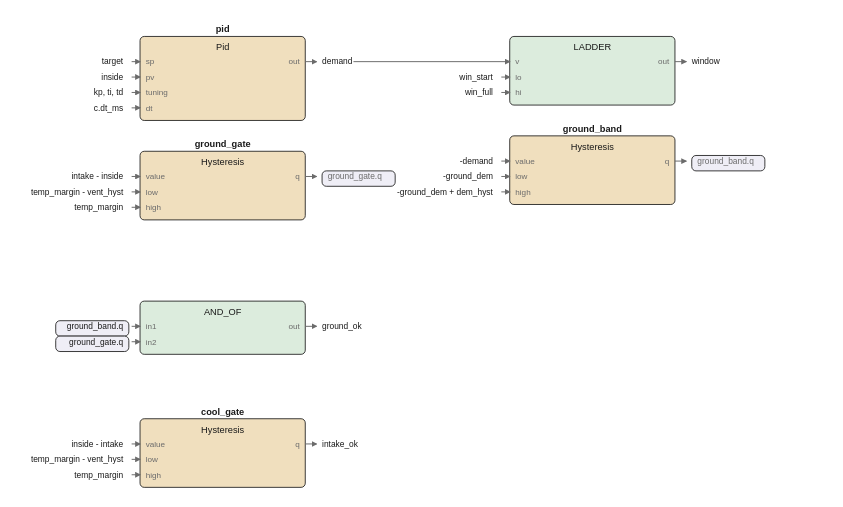
Above: images/logic/cooling_fbd.drawio.svg in pstch/botanik2 (draw.io), before the change. Source tidied: cells renumbered, new cells last; positions are measured from the earlier drawing's top-left corner, leaving out a move shared by most shapes.
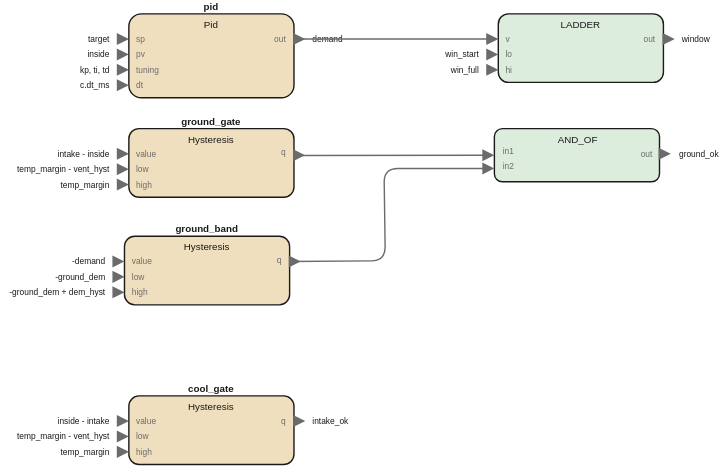
The same file after the commit.

Commit message:
logic report: a page reworked by hand is kept, and the PDF follows it

The edit, as a diff of the source:
```diff
@@ -45,7 +45,7 @@
       <mxGeometry x="96" y="127.7" width="20" height="9.8" as="geometry" />
     </mxCell>
     <mxCell id="16" value="q" style="text;html=1;whiteSpace=nowrap;fontSize=6;fontColor=#6b6b6b;align=right;verticalAlign=middle;" parent="1" vertex="1">
-      <mxGeometry x="186" y="105.7" width="20" height="9.8" as="geometry" />
+      <mxGeometry x="186" y="104.7" width="20" height="9.8" as="geometry" />
     </mxCell>
     <mxCell id="17" style="rounded=1;fillColor=#dcecdd;strokeColor=#1a1a1a;whiteSpace=wrap;html=1;fontSize=8;" parent="1" vertex="1">
       <mxGeometry x="356" y="10" width="118" height="49" as="geometry" />
@@ -66,40 +66,40 @@
       <mxGeometry x="450" y="23.6" width="20" height="9.8" as="geometry" />
     </mxCell>
     <mxCell id="23" style="rounded=1;fillColor=#f0dfbe;strokeColor=#1a1a1a;whiteSpace=wrap;html=1;fontSize=8;" parent="1" vertex="1">
-      <mxGeometry x="356" y="81" width="118" height="49" as="geometry" />
+      <mxGeometry x="88.9" y="168.9" width="118" height="49" as="geometry" />
     </mxCell>
     <mxCell id="24" value="ground_band" style="text;html=1;whiteSpace=nowrap;fontSize=7;fontColor=#1a1a1a;align=center;verticalAlign=middle;fontStyle=1;" parent="1" vertex="1">
-      <mxGeometry x="393" y="71" width="43.9" height="10.6" as="geometry" />
+      <mxGeometry x="125.9" y="159" width="43.9" height="10.6" as="geometry" />
     </mxCell>
     <mxCell id="25" value="Hysteresis" style="text;html=1;whiteSpace=nowrap;fontSize=7;fontColor=#1a1a1a;align=center;verticalAlign=middle;" parent="1" vertex="1">
-      <mxGeometry x="394.9" y="84" width="40.3" height="10.6" as="geometry" />
+      <mxGeometry x="127.7" y="172" width="40.3" height="10.6" as="geometry" />
     </mxCell>
     <mxCell id="26" value="value" style="text;html=1;whiteSpace=nowrap;fontSize=6;fontColor=#6b6b6b;align=left;verticalAlign=middle;" parent="1" vertex="1">
-      <mxGeometry x="360" y="94.7" width="20" height="9.8" as="geometry" />
+      <mxGeometry x="92.9" y="182.6" width="20" height="9.8" as="geometry" />
     </mxCell>
     <mxCell id="27" value="low" style="text;html=1;whiteSpace=nowrap;fontSize=6;fontColor=#6b6b6b;align=left;verticalAlign=middle;" parent="1" vertex="1">
-      <mxGeometry x="360" y="105.7" width="20" height="9.8" as="geometry" />
+      <mxGeometry x="92.9" y="193.6" width="20" height="9.8" as="geometry" />
     </mxCell>
     <mxCell id="28" value="high" style="text;html=1;whiteSpace=nowrap;fontSize=6;fontColor=#6b6b6b;align=left;verticalAlign=middle;" parent="1" vertex="1">
-      <mxGeometry x="360" y="116.7" width="20" height="9.8" as="geometry" />
+      <mxGeometry x="92.9" y="204.6" width="20" height="9.8" as="geometry" />
     </mxCell>
     <mxCell id="29" value="q" style="text;html=1;whiteSpace=nowrap;fontSize=6;fontColor=#6b6b6b;align=right;verticalAlign=middle;" parent="1" vertex="1">
-      <mxGeometry x="450" y="94.7" width="20" height="9.8" as="geometry" />
+      <mxGeometry x="182.9" y="181.6" width="20" height="9.8" as="geometry" />
     </mxCell>
     <mxCell id="30" style="rounded=1;fillColor=#dcecdd;strokeColor=#1a1a1a;whiteSpace=wrap;html=1;fontSize=8;" parent="1" vertex="1">
-      <mxGeometry x="92" y="199" width="118" height="38" as="geometry" />
+      <mxGeometry x="353.2" y="92" width="118" height="38" as="geometry" />
     </mxCell>
     <mxCell id="31" value="AND_OF" style="text;html=1;whiteSpace=nowrap;fontSize=7;fontColor=#1a1a1a;align=center;verticalAlign=middle;" parent="1" vertex="1">
-      <mxGeometry x="138.1" y="202.1" width="25.8" height="10.6" as="geometry" />
+      <mxGeometry x="399.3" y="95.1" width="25.8" height="10.6" as="geometry" />
     </mxCell>
     <mxCell id="32" value="in1" style="text;html=1;whiteSpace=nowrap;fontSize=6;fontColor=#6b6b6b;align=left;verticalAlign=middle;" parent="1" vertex="1">
-      <mxGeometry x="96" y="212.7" width="20" height="9.8" as="geometry" />
+      <mxGeometry x="357.2" y="103.7" width="20" height="9.8" as="geometry" />
     </mxCell>
     <mxCell id="33" value="in2" style="text;html=1;whiteSpace=nowrap;fontSize=6;fontColor=#6b6b6b;align=left;verticalAlign=middle;" parent="1" vertex="1">
-      <mxGeometry x="96" y="223.7" width="20" height="9.8" as="geometry" />
+      <mxGeometry x="357.2" y="114.7" width="20" height="9.8" as="geometry" />
     </mxCell>
     <mxCell id="34" value="out" style="text;html=1;whiteSpace=nowrap;fontSize=6;fontColor=#6b6b6b;align=right;verticalAlign=middle;" parent="1" vertex="1">
-      <mxGeometry x="186" y="212.7" width="20" height="9.8" as="geometry" />
+      <mxGeometry x="447.2" y="105.7" width="20" height="9.8" as="geometry" />
     </mxCell>
     <mxCell id="35" style="rounded=1;fillColor=#f0dfbe;strokeColor=#1a1a1a;whiteSpace=wrap;html=1;fontSize=8;" parent="1" vertex="1">
       <mxGeometry x="92" y="283" width="118" height="49" as="geometry" />
@@ -148,34 +148,23 @@
     </mxCell>
     <mxCell id="48" style="edgeStyle=none;html=1;strokeColor=#6b6b6b;endArrow=block;exitX=1;exitY=0.4737;exitDx=0;exitDy=0;" parent="1" edge="1" source="30">
       <mxGeometry relative="1" as="geometry">
-        <mxPoint x="218" y="217" as="targetPoint" />
+        <mxPoint x="479.2" y="110" as="targetPoint" />
       </mxGeometry>
     </mxCell>
     <mxCell id="49" value="ground_ok" style="text;html=1;whiteSpace=nowrap;fontSize=6;fontColor=#1a1a1a;align=left;verticalAlign=middle;" parent="1" vertex="1">
-      <mxGeometry x="222" y="212.5" width="33.7" height="10" as="geometry" />
+      <mxGeometry x="483.2" y="105.5" width="33.7" height="10" as="geometry" />
     </mxCell>
     <mxCell id="50" style="edgeStyle=none;html=1;strokeColor=#6b6b6b;endArrow=block;exitX=1;exitY=0.3673;exitDx=0;exitDy=0;" parent="1" edge="1" source="23">
       <mxGeometry relative="1" as="geometry">
-        <mxPoint x="482" y="99" as="targetPoint" />
+        <mxPoint x="214.9" y="186.9" as="targetPoint" />
       </mxGeometry>
     </mxCell>
-    <mxCell id="51" style="rounded=1;fillColor=#efeef6;strokeColor=#1a1a1a;whiteSpace=wrap;html=1;fontSize=8;" parent="1" vertex="1">
-      <mxGeometry x="486" y="95" width="52.2" height="11" as="geometry" />
-    </mxCell>
-    <mxCell id="52" value="ground_band.q" style="text;html=1;whiteSpace=nowrap;fontSize=6;fontColor=#6b6b6b;align=left;verticalAlign=middle;" parent="1" vertex="1">
-      <mxGeometry x="490" y="94.5" width="46.9" height="10" as="geometry" />
-    </mxCell>
-    <mxCell id="53" style="edgeStyle=none;html=1;strokeColor=#6b6b6b;endArrow=block;exitX=1;exitY=0.3673;exitDx=0;exitDy=0;" parent="1" edge="1" source="10">
+    <mxCell id="53" style="edgeStyle=none;html=1;strokeColor=#6b6b6b;endArrow=block;exitX=1;exitY=0.3673;exitDx=0;exitDy=0;" parent="1" edge="1">
       <mxGeometry relative="1" as="geometry">
-        <mxPoint x="218" y="110" as="targetPoint" />
+        <mxPoint x="210" y="111" as="sourcePoint" />
+        <mxPoint x="218" y="111" as="targetPoint" />
       </mxGeometry>
     </mxCell>
-    <mxCell id="54" style="rounded=1;fillColor=#efeef6;strokeColor=#1a1a1a;whiteSpace=wrap;html=1;fontSize=8;" parent="1" vertex="1">
-      <mxGeometry x="222" y="106" width="52.2" height="11" as="geometry" />
-    </mxCell>
-    <mxCell id="55" value="ground_gate.q" style="text;html=1;whiteSpace=nowrap;fontSize=6;fontColor=#6b6b6b;align=left;verticalAlign=middle;" parent="1" vertex="1">
-      <mxGeometry x="226" y="105.5" width="46.9" height="10" as="geometry" />
-    </mxCell>
     <mxCell id="56" style="edgeStyle=none;html=1;strokeColor=#6b6b6b;endArrow=block;exitX=1;exitY=0.3;exitDx=0;exitDy=0;entryX=0;entryY=0.3673;entryDx=0;entryDy=0;" parent="1" edge="1" source="2" target="17">
       <mxGeometry relative="1" as="geometry" />
     </mxCell>
@@ -252,27 +241,27 @@
       </mxGeometry>
     </mxCell>
     <mxCell id="75" value="-demand" style="text;html=1;whiteSpace=nowrap;fontSize=6;fontColor=#1a1a1a;align=right;verticalAlign=middle;" parent="1" vertex="1">
-      <mxGeometry x="316.9" y="94.5" width="27.1" height="10" as="geometry" />
+      <mxGeometry x="49.8" y="182.4" width="27.1" height="10" as="geometry" />
     </mxCell>
     <mxCell id="76" style="edgeStyle=none;html=1;strokeColor=#6b6b6b;endArrow=block;entryX=0;entryY=0.3673;entryDx=0;entryDy=0;" parent="1" edge="1" target="23">
       <mxGeometry relative="1" as="geometry">
-        <mxPoint x="350" y="99" as="sourcePoint" />
+        <mxPoint x="82.9" y="186.9" as="sourcePoint" />
       </mxGeometry>
     </mxCell>
     <mxCell id="77" value="-ground_dem" style="text;html=1;whiteSpace=nowrap;fontSize=6;fontColor=#1a1a1a;align=right;verticalAlign=middle;" parent="1" vertex="1">
-      <mxGeometry x="303.7" y="105.5" width="40.3" height="10" as="geometry" />
+      <mxGeometry x="36.6" y="193.4" width="40.3" height="10" as="geometry" />
     </mxCell>
     <mxCell id="78" style="edgeStyle=none;html=1;strokeColor=#6b6b6b;endArrow=block;entryX=0;entryY=0.5918;entryDx=0;entryDy=0;" parent="1" edge="1" target="23">
       <mxGeometry relative="1" as="geometry">
-        <mxPoint x="350" y="110" as="sourcePoint" />
+        <mxPoint x="82.9" y="197.9" as="sourcePoint" />
       </mxGeometry>
     </mxCell>
     <mxCell id="79" value="-ground_dem + dem_hyst" style="text;html=1;whiteSpace=nowrap;fontSize=6;fontColor=#1a1a1a;align=right;verticalAlign=middle;" parent="1" vertex="1">
-      <mxGeometry x="267.4" y="116.5" width="76.6" height="10" as="geometry" />
+      <mxGeometry x="0.3" y="204.4" width="76.6" height="10" as="geometry" />
     </mxCell>
     <mxCell id="80" style="edgeStyle=none;html=1;strokeColor=#6b6b6b;endArrow=block;entryX=0;entryY=0.8163;entryDx=0;entryDy=0;" parent="1" edge="1" target="23">
       <mxGeometry relative="1" as="geometry">
-        <mxPoint x="350" y="121" as="sourcePoint" />
+        <mxPoint x="82.9" y="208.9" as="sourcePoint" />
       </mxGeometry>
     </mxCell>
     <mxCell id="81" value="intake - inside" style="text;html=1;whiteSpace=nowrap;fontSize=6;fontColor=#1a1a1a;align=right;verticalAlign=middle;" parent="1" vertex="1">
@@ -299,27 +288,16 @@
         <mxPoint x="86" y="132" as="sourcePoint" />
       </mxGeometry>
     </mxCell>
-    <mxCell id="87" style="rounded=1;fillColor=#efeef6;strokeColor=#1a1a1a;whiteSpace=wrap;html=1;fontSize=8;" parent="1" vertex="1">
-      <mxGeometry x="31.8" y="213" width="52.2" height="11" as="geometry" />
-    </mxCell>
-    <mxCell id="88" value="ground_band.q" style="text;html=1;whiteSpace=nowrap;fontSize=6;fontColor=#1a1a1a;align=right;verticalAlign=middle;" parent="1" vertex="1">
-      <mxGeometry x="33.1" y="212.5" width="46.9" height="10" as="geometry" />
-    </mxCell>
-    <mxCell id="89" style="edgeStyle=none;html=1;strokeColor=#6b6b6b;endArrow=block;entryX=0;entryY=0.4737;entryDx=0;entryDy=0;" parent="1" edge="1" target="30">
-      <mxGeometry relative="1" as="geometry">
-        <mxPoint x="86" y="217" as="sourcePoint" />
-      </mxGeometry>
-    </mxCell>
-    <mxCell id="90" style="rounded=1;fillColor=#efeef6;strokeColor=#1a1a1a;whiteSpace=wrap;html=1;fontSize=8;" parent="1" vertex="1">
-      <mxGeometry x="31.8" y="224" width="52.2" height="11" as="geometry" />
-    </mxCell>
-    <mxCell id="91" value="ground_gate.q" style="text;html=1;whiteSpace=nowrap;fontSize=6;fontColor=#1a1a1a;align=right;verticalAlign=middle;" parent="1" vertex="1">
-      <mxGeometry x="33.1" y="223.5" width="46.9" height="10" as="geometry" />
-    </mxCell>
-    <mxCell id="92" style="edgeStyle=none;html=1;strokeColor=#6b6b6b;endArrow=block;entryX=0;entryY=0.7632;entryDx=0;entryDy=0;" parent="1" edge="1" target="30">
-      <mxGeometry relative="1" as="geometry">
-        <mxPoint x="86" y="228" as="sourcePoint" />
-      </mxGeometry>
-    </mxCell>
+    <mxCell id="93" style="edgeStyle=none;html=1;strokeColor=#6b6b6b;endArrow=block;entryX=0;entryY=0.5;entryDx=0;entryDy=0;exitX=1.001;exitY=0.393;exitDx=0;exitDy=0;exitPerimeter=0;" parent="1" edge="1" source="10" target="30">
+      <mxGeometry relative="1" as="geometry" />
+    </mxCell>
+    <mxCell id="94" style="edgeStyle=none;html=1;strokeColor=#6b6b6b;endArrow=block;entryX=0;entryY=0.75;entryDx=0;entryDy=0;exitX=1.001;exitY=0.368;exitDx=0;exitDy=0;exitPerimeter=0;" parent="1" edge="1" source="23" target="30">
+      <mxGeometry relative="1" as="geometry">
+        <Array as="points">
+          <mxPoint x="275.3" y="186.5" />
+          <mxPoint x="274.3" y="120.5" />
+        </Array>
+      </mxGeometry>
+    </mxCell>
   </root>
 </mxGraphModel>
```
